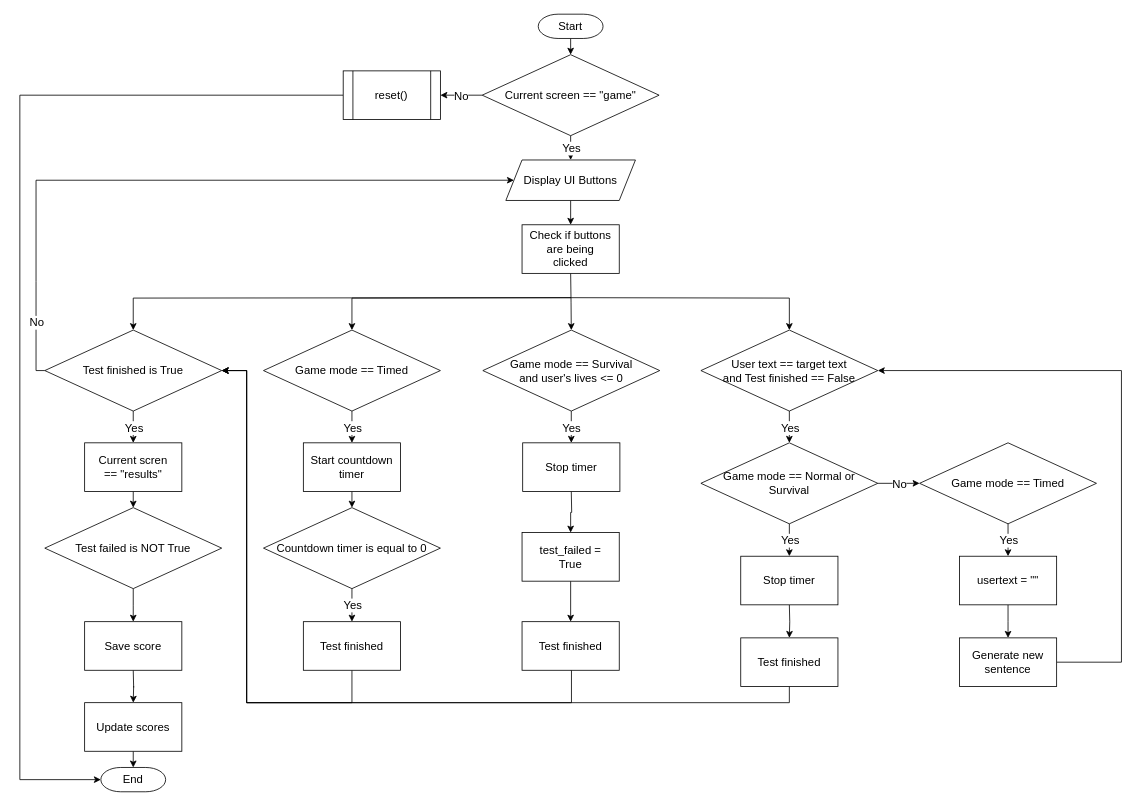
Earlier version of the draw.io diagram diagrams/algorithms/testElementsAlgo.drawio (Bxnetic/wahtype). Source tidied: cells renumbered, new cells numbered last; positions are measured from the earlier drawing's top-left corner, leaving out a move shared by most shapes. Both pictures are drawn from the tidied source at 81%, with x=0, y=0 at pixel (19, 14).
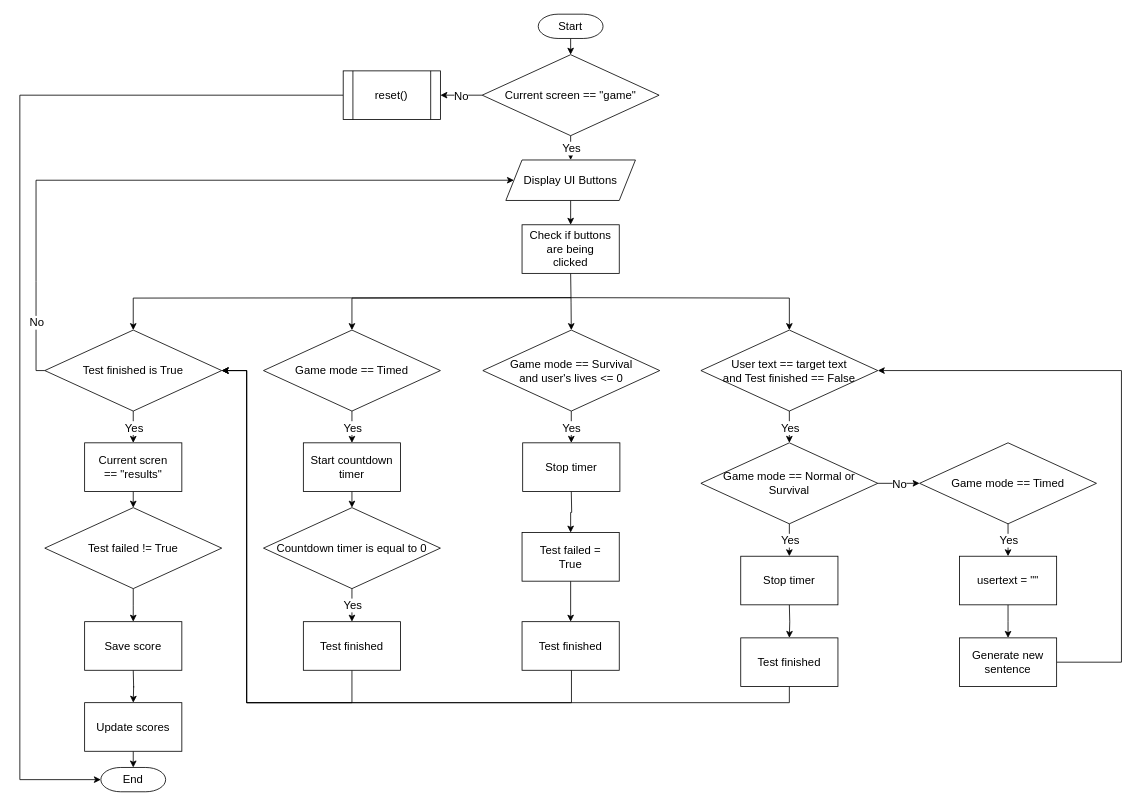
After the change.

Diff of the diagram source:
```diff
@@
-    <mxCell id="30" value="test_failed = True" style="rounded=0;whiteSpace=wrap;html=1;strokeColor=default;align=center;verticalAlign=middle;spacingLeft=0;spacingBottom=0;spacing=9;fontFamily=Helvetica;fontSize=14;fontColor=default;fillColor=default;gradientColor=none;" parent="1" vertex="1">
+    <mxCell id="30" value="Test failed = True" style="rounded=0;whiteSpace=wrap;html=1;strokeColor=default;align=center;verticalAlign=middle;spacingLeft=0;spacingBottom=0;spacing=9;fontFamily=Helvetica;fontSize=14;fontColor=default;fillColor=default;gradientColor=none;" parent="1" vertex="1">
       <mxGeometry x="620" y="640" width="120" height="60" as="geometry" />
     </mxCell>
@@
-    <mxCell id="50" value="Test failed is NOT True" style="rhombus;html=1;spacing=9;spacingLeft=0;whiteSpace=wrap;labelPosition=center;verticalLabelPosition=middle;align=center;verticalAlign=middle;spacingBottom=0;gradientColor=none;fillColor=default;strokeColor=default;fontFamily=Helvetica;fontSize=14;fontColor=default;" parent="1" vertex="1">
+    <mxCell id="50" value="Test failed != True" style="rhombus;html=1;spacing=9;spacingLeft=0;whiteSpace=wrap;labelPosition=center;verticalLabelPosition=middle;align=center;verticalAlign=middle;spacingBottom=0;gradientColor=none;fillColor=default;strokeColor=default;fontFamily=Helvetica;fontSize=14;fontColor=default;" parent="1" vertex="1">
       <mxGeometry x="30.8" y="609.2" width="218.4" height="100" as="geometry" />
     </mxCell>
```
